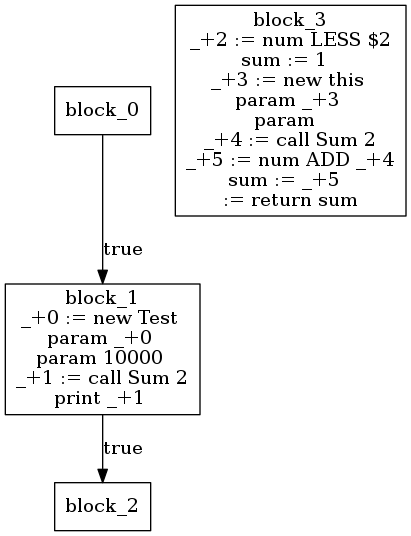
Above: assignment_3/ir.png in DahVoid/DV1655 (Graphviz), before the change. Its source is kept beside it as assignment_3/ir.dot.
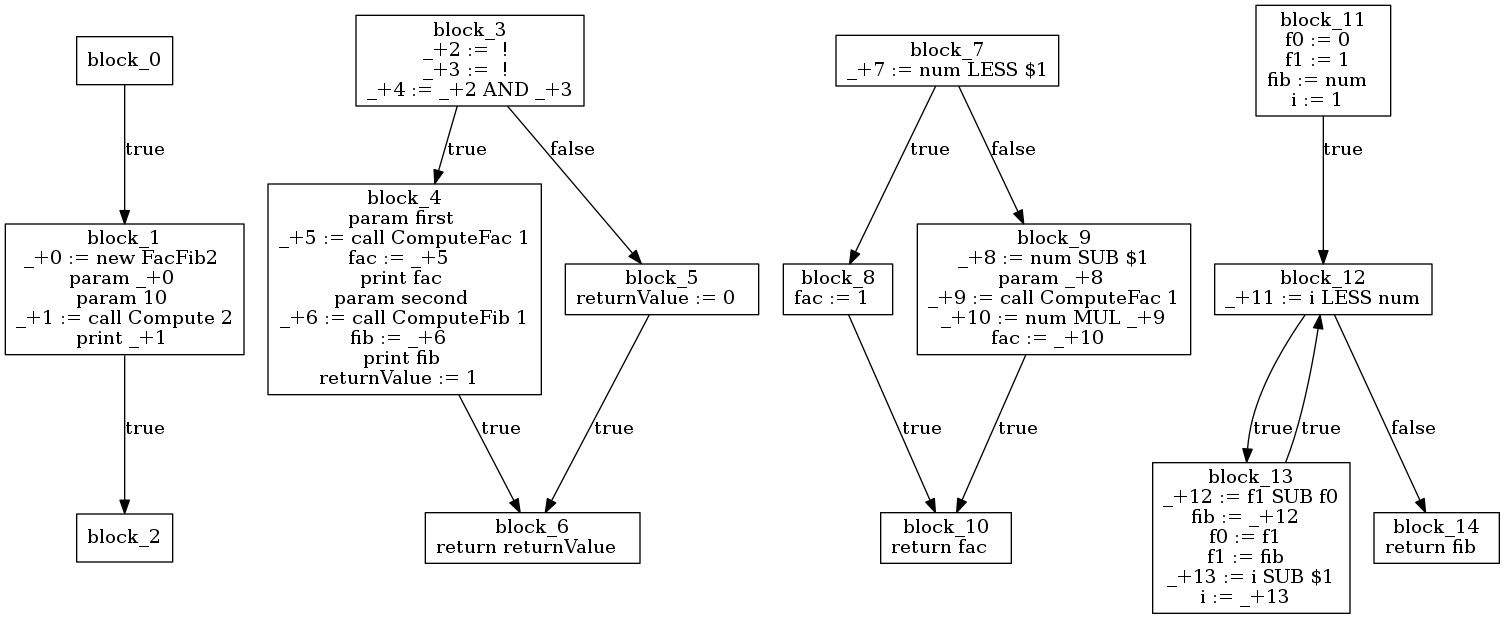
Above is the later version.

Change to the diagram source:
```diff
@@ -4,24 +4,83 @@
 "];
 block_0 -> block_1 [ label="true"];
 block_1 [label="block_1
-_+0 := new Test
+_+0 := new FacFib2
 param _+0
-param 10000
-_+1 := call Sum 2
+param 10
+_+1 := call Compute 2
 print _+1
 "];
 block_1 -> block_2 [ label="true"];
 block_2 [label="block_2
 "];
 block_3 [label="block_3
-_+2 := num LESS $2
-sum := 1
-_+3 := new this
-param _+3
-param
-_+4 := call Sum 2
-_+5 := num ADD _+4
-sum := _+5
- := return sum
+_+2 :=  !
+_+3 :=  !
+_+4 := _+2 AND _+3
+"];
+block_3 -> block_4 [ label="true"];
+block_4 [label="block_4
+param first
+_+5 := call ComputeFac 1
+fac := _+5
+print fac
+param second
+_+6 := call ComputeFib 1
+fib := _+6
+print fib
+returnValue := 1
+"];
+block_4 -> block_6 [ label="true"];
+block_6 [label="block_6
+return returnValue
+"];
+block_3 -> block_5 [ label="false"];
+block_5 [label="block_5
+returnValue := 0
+"];
+block_5 -> block_6 [ label="true"];
+block_7 [label="block_7
+_+7 := num LESS $1
+"];
+block_7 -> block_8 [ label="true"];
+block_8 [label="block_8
+fac := 1
+"];
+block_8 -> block_10 [ label="true"];
+block_10 [label="block_10
+return fac
+"];
+block_7 -> block_9 [ label="false"];
+block_9 [label="block_9
+_+8 := num SUB $1
+param _+8
+_+9 := call ComputeFac 1
+_+10 := num MUL _+9
+fac := _+10
+"];
+block_9 -> block_10 [ label="true"];
+block_11 [label="block_11
+f0 := 0
+f1 := 1
+fib := num
+i := 1
+"];
+block_11 -> block_12 [ label="true"];
+block_12 [label="block_12
+_+11 := i LESS num
+"];
+block_12 -> block_13 [ label="true"];
+block_13 [label="block_13
+_+12 := f1 SUB f0
+fib := _+12
+f0 := f1
+f1 := fib
+_+13 := i SUB $1
+i := _+13
+"];
+block_13 -> block_12 [ label="true"];
+block_12 -> block_14 [ label="false"];
+block_14 [label="block_14
+return fib
 "];
 }
```
